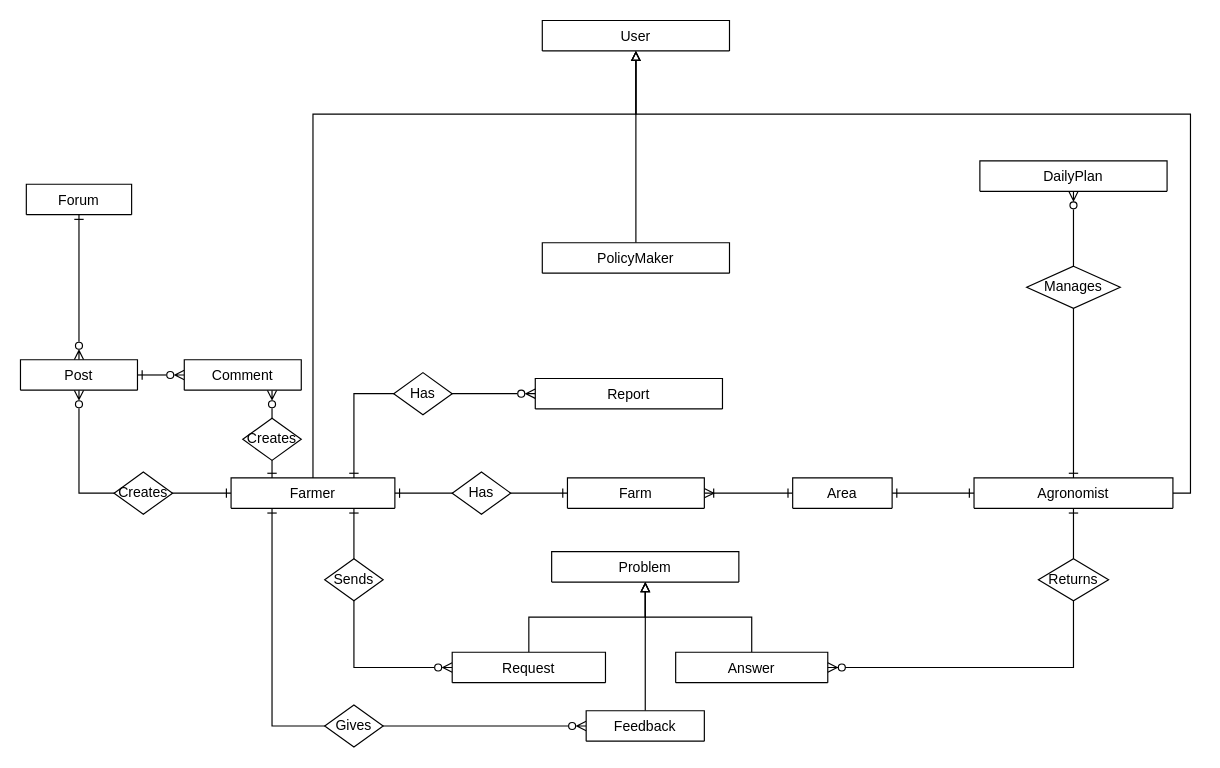
This is DD/UML/Entity Relationship.drawio from ictar/DREAM-SE2-Project-2022, a draw.io file, before an edit. Source tidied: cells renumbered, new cells numbered last; positions are measured from the earlier drawing's top-left corner, leaving out a move shared by most shapes. Both pictures are drawn from the tidied source at 117%, with x=0, y=0 at pixel (20, 20).
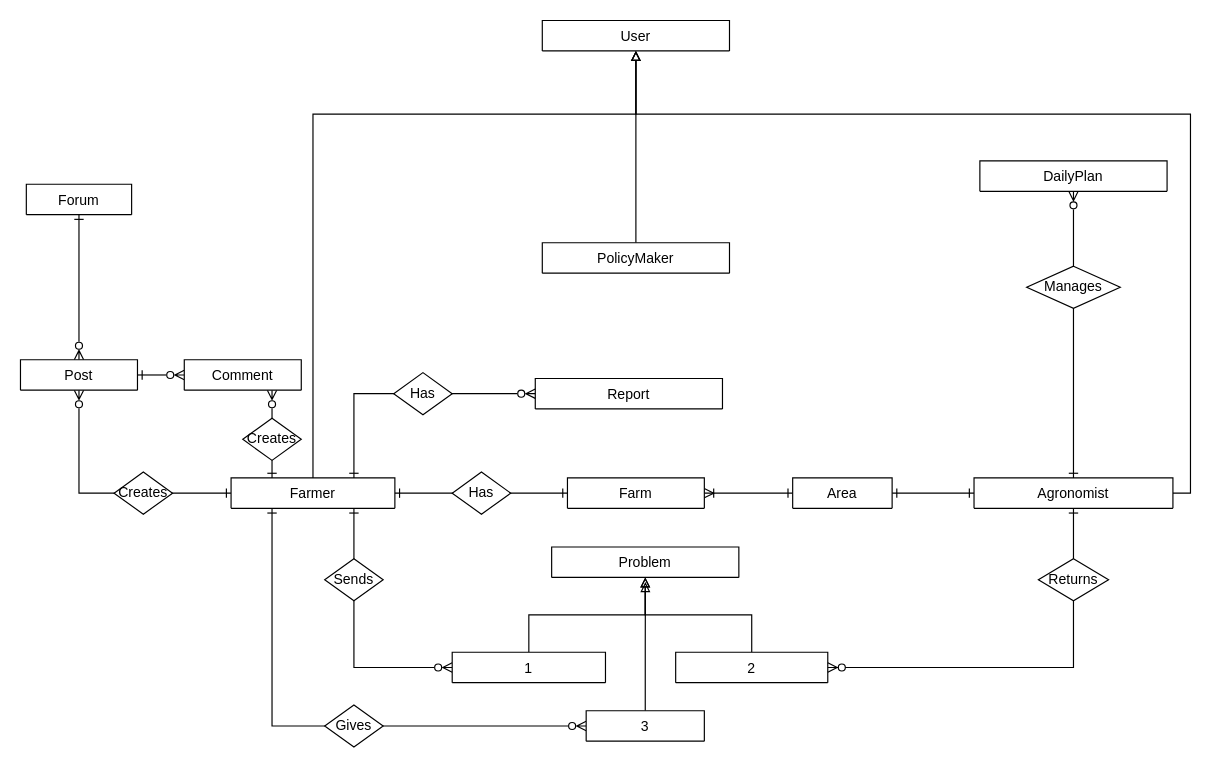
The same diagram, later.

Change to the diagram source:
```diff
@@
     <mxCell id="17" value="Problem" style="swimlane;fontStyle=0;align=center;verticalAlign=top;horizontal=1;startSize=26;rounded=0;shadow=0;strokeWidth=1;" parent="1" vertex="1" collapsed="1">
-      <mxGeometry x="454" y="454" width="160" height="26" as="geometry" />
+      <mxGeometry x="454" y="450" width="160" height="26" as="geometry" />
     </mxCell>
@@
-    <mxCell id="28" value="Answer" style="swimlane;fontStyle=0;align=center;verticalAlign=top;horizontal=1;startSize=26;rounded=0;shadow=0;strokeWidth=1;" parent="1" vertex="1" collapsed="1">
+    <mxCell id="28" value="2" style="swimlane;fontStyle=0;align=center;verticalAlign=top;horizontal=1;startSize=26;rounded=0;shadow=0;strokeWidth=1;" parent="1" vertex="1" collapsed="1">
       <mxGeometry x="560" y="540" width="130" height="26" as="geometry" />
     </mxCell>
@@
-    <mxCell id="32" value="Request" style="swimlane;fontStyle=0;align=center;verticalAlign=top;horizontal=1;startSize=26;rounded=0;shadow=0;strokeWidth=1;" parent="1" vertex="1" collapsed="1">
+    <mxCell id="32" value="1" style="swimlane;fontStyle=0;align=center;verticalAlign=top;horizontal=1;startSize=26;rounded=0;shadow=0;strokeWidth=1;" parent="1" vertex="1" collapsed="1">
       <mxGeometry x="369" y="540" width="131" height="26" as="geometry" />
     </mxCell>
@@
-    <mxCell id="40" value="Feedback" style="swimlane;fontStyle=0;align=center;verticalAlign=top;horizontal=1;startSize=26;rounded=0;shadow=0;strokeWidth=1;" parent="1" vertex="1" collapsed="1">
+    <mxCell id="40" value="3" style="swimlane;fontStyle=0;align=center;verticalAlign=top;horizontal=1;startSize=26;rounded=0;shadow=0;strokeWidth=1;" parent="1" vertex="1" collapsed="1">
       <mxGeometry x="483.5" y="590" width="101" height="26" as="geometry" />
     </mxCell>
```
